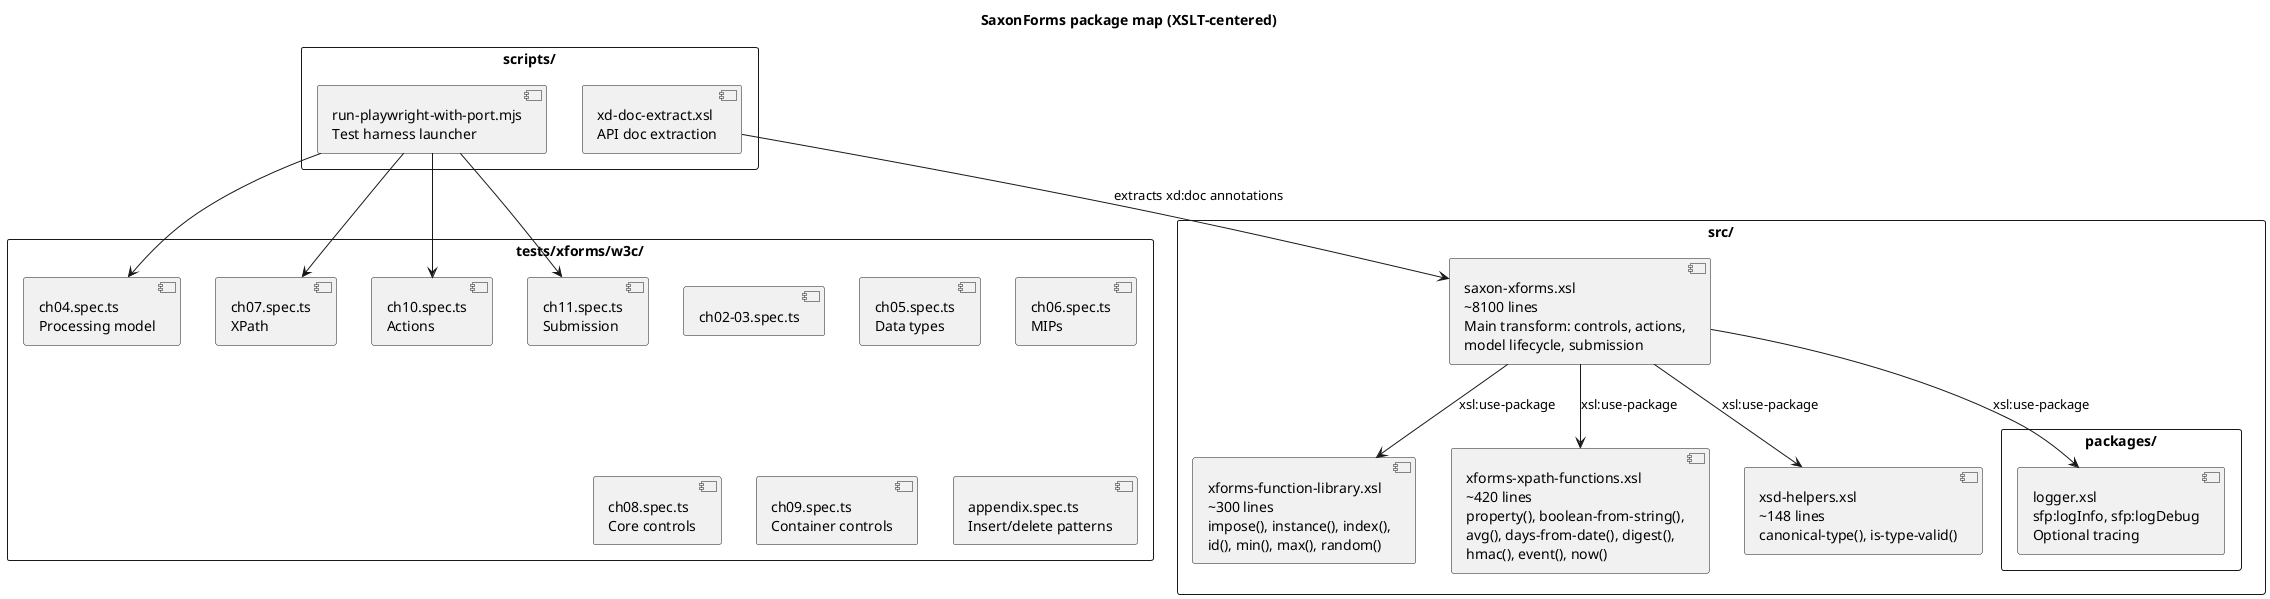
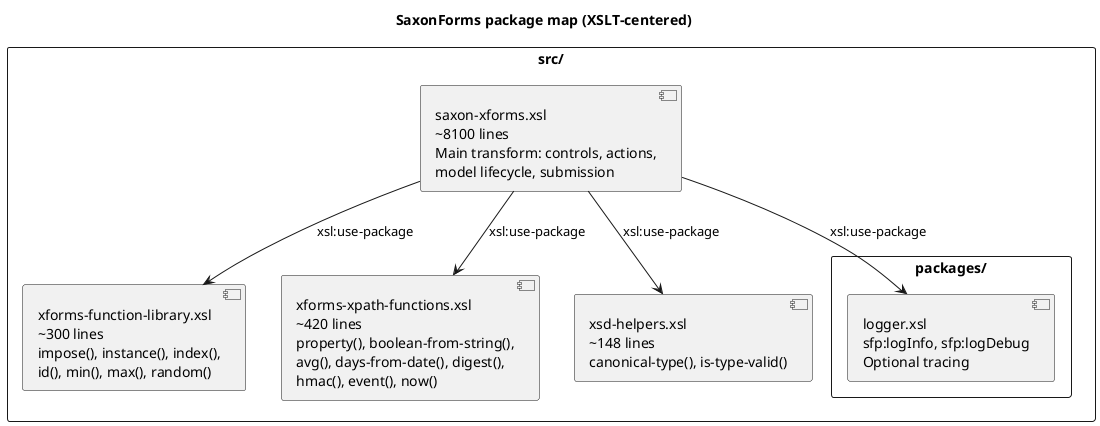
@startuml
title SaxonForms package map (XSLT-centered)
skinparam packageStyle rectangle

package "src/" {
  [saxon-xforms.xsl\n~8100 lines\nMain transform: controls, actions,\nmodel lifecycle, submission] as SAXON_XFORMS
  [xforms-function-library.xsl\n~300 lines\nimpose(), instance(), index(),\nid(), min(), max(), random()] as FUNCTION_LIBRARY
  [xforms-xpath-functions.xsl\n~420 lines\nproperty(), boolean-from-string(),\navg(), days-from-date(), digest(),\nhmac(), event(), now()] as XPATH_FUNCTIONS
  [xsd-helpers.xsl\n~148 lines\ncanonical-type(), is-type-valid()] as XSD_HELPERS
  package "packages/" {
    [logger.xsl\nsfp:logInfo, sfp:logDebug\nOptional tracing] as LOGGER
  }
}

- package "scripts/" {
-   [run-playwright-with-port.mjs\nTest harness launcher] as RUN_PLAYWRIGHT
-   [xd-doc-extract.xsl\nAPI doc extraction] as XD_DOC
- }
- 
- package "tests/xforms/w3c/" {
-   [ch02-03.spec.ts] as CH02_03
-   [ch04.spec.ts\nProcessing model] as CH04
-   [ch05.spec.ts\nData types] as CH05
-   [ch06.spec.ts\nMIPs] as CH06
-   [ch07.spec.ts\nXPath] as CH07
-   [ch08.spec.ts\nCore controls] as CH08
-   [ch09.spec.ts\nContainer controls] as CH09
-   [ch10.spec.ts\nActions] as CH10
-   [ch11.spec.ts\nSubmission] as CH11
-   [appendix.spec.ts\nInsert/delete patterns] as APPX
- }
- 
SAXON_XFORMS --> FUNCTION_LIBRARY : xsl:use-package
SAXON_XFORMS --> XPATH_FUNCTIONS : xsl:use-package
SAXON_XFORMS --> XSD_HELPERS : xsl:use-package
SAXON_XFORMS --> LOGGER : xsl:use-package
- RUN_PLAYWRIGHT --> CH04
- RUN_PLAYWRIGHT --> CH07
- RUN_PLAYWRIGHT --> CH10
- RUN_PLAYWRIGHT --> CH11
- XD_DOC --> SAXON_XFORMS : extracts xd:doc annotations
@enduml
